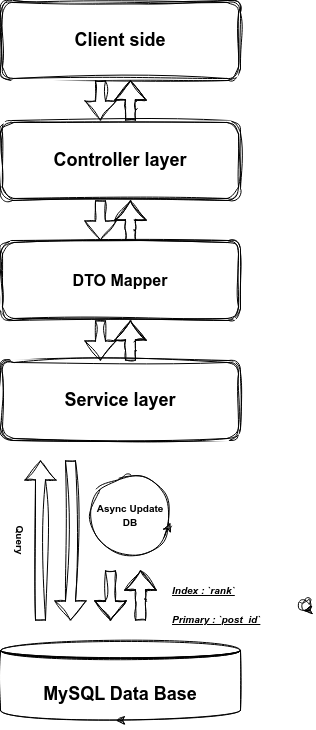
This is art/diagram.png from YamtalDev/HackerNews-API, a draw.io export, as it was before one commit. Source tidied: cells renumbered, new cells last; positions are measured from the earlier drawing's top-left corner, leaving out a move shared by most shapes. Its diagram source:
```xml
<mxGraphModel>
  <root>
    <mxCell id="0" />
    <mxCell id="1" parent="0" />
    <mxCell id="2" value="&lt;b&gt;&lt;font style=&quot;font-size: 18px;&quot;&gt;Service layer&lt;/font&gt;&lt;/b&gt;" style="shape=ext;double=1;rounded=1;whiteSpace=wrap;html=1;sketch=1;curveFitting=1;jiggle=2;" parent="1" vertex="1">
      <mxGeometry x="10" y="360" width="240" height="80" as="geometry" />
    </mxCell>
    <mxCell id="3" value="&lt;font size=&quot;3&quot;&gt;&lt;b&gt;DTO Mapper&lt;/b&gt;&lt;/font&gt;" style="shape=ext;double=1;rounded=1;whiteSpace=wrap;html=1;sketch=1;curveFitting=1;jiggle=2;" parent="1" vertex="1">
      <mxGeometry x="10" y="240" width="240" height="80" as="geometry" />
    </mxCell>
    <mxCell id="4" value="&lt;b&gt;&lt;font style=&quot;font-size: 18px;&quot;&gt;Controller layer&lt;/font&gt;&lt;/b&gt;" style="shape=ext;double=1;rounded=1;whiteSpace=wrap;html=1;sketch=1;curveFitting=1;jiggle=2;" parent="1" vertex="1">
      <mxGeometry x="10" y="120" width="240" height="80" as="geometry" />
    </mxCell>
    <mxCell id="5" value="&lt;b style=&quot;&quot;&gt;&lt;font style=&quot;font-size: 18px;&quot;&gt;Client side&lt;/font&gt;&lt;/b&gt;" style="shape=ext;double=1;rounded=1;whiteSpace=wrap;html=1;sketch=1;curveFitting=1;jiggle=2;" parent="1" vertex="1">
      <mxGeometry x="10" width="240" height="80" as="geometry" />
    </mxCell>
    <mxCell id="6" style="shape=flexArrow;endArrow=classic;html=1;sketch=1;curveFitting=1;jiggle=2;rounded=1;" parent="1" edge="1">
      <mxGeometry relative="1" as="geometry">
        <mxPoint x="50" y="620" as="sourcePoint" />
        <mxPoint x="50" y="460" as="targetPoint" />
      </mxGeometry>
    </mxCell>
    <mxCell id="7" style="shape=flexArrow;endArrow=classic;html=1;sketch=1;curveFitting=1;jiggle=2;rounded=1;" parent="1" edge="1">
      <mxGeometry relative="1" as="geometry">
        <mxPoint x="150" y="620" as="sourcePoint" />
        <mxPoint x="150" y="570" as="targetPoint" />
        <Array as="points">
          <mxPoint x="150" y="600" />
          <mxPoint x="150" y="590" />
        </Array>
      </mxGeometry>
    </mxCell>
    <mxCell id="8" style="shape=flexArrow;endArrow=classic;html=1;sketch=1;curveFitting=1;jiggle=2;rounded=1;" parent="1" edge="1">
      <mxGeometry relative="1" as="geometry">
        <mxPoint x="120" y="570" as="sourcePoint" />
        <mxPoint x="120" y="620" as="targetPoint" />
        <Array as="points">
          <mxPoint x="120" y="570" />
          <mxPoint x="120" y="600" />
        </Array>
      </mxGeometry>
    </mxCell>
    <mxCell id="9" style="shape=flexArrow;endArrow=classic;html=1;sketch=1;curveFitting=1;jiggle=2;rounded=1;" parent="1" edge="1">
      <mxGeometry relative="1" as="geometry">
        <mxPoint x="80" y="460" as="sourcePoint" />
        <mxPoint x="80" y="620" as="targetPoint" />
      </mxGeometry>
    </mxCell>
    <mxCell id="10" value="&lt;b&gt;&lt;font style=&quot;font-size: 18px;&quot;&gt;MySQL Data Base&lt;/font&gt;&lt;/b&gt;" style="shape=datastore;whiteSpace=wrap;html=1;sketch=1;curveFitting=1;jiggle=2;rounded=1;" parent="1" vertex="1">
      <mxGeometry x="10" y="640" width="240" height="80" as="geometry" />
    </mxCell>
    <mxCell id="11" value="&lt;font style=&quot;font-size: 10px;&quot;&gt;&lt;b&gt;Async Update&lt;br&gt;DB&lt;br&gt;&lt;/b&gt;&lt;/font&gt;" style="ellipse;whiteSpace=wrap;html=1;fontSize=11;sketch=1;curveFitting=1;jiggle=2;rounded=1;" parent="1" vertex="1">
      <mxGeometry x="100" y="475" width="80" height="80" as="geometry" />
    </mxCell>
    <mxCell id="12" style="endArrow=classic;html=1;fontSize=11;exitX=0.921;exitY=0.771;exitDx=0;exitDy=0;exitPerimeter=0;entryX=0.997;entryY=0.593;entryDx=0;entryDy=0;entryPerimeter=0;sketch=1;curveFitting=1;jiggle=2;rounded=1;" parent="1" edge="1" source="11" target="11">
      <mxGeometry relative="1" as="geometry" />
    </mxCell>
    <mxCell id="13" style="edgeStyle=none;html=1;exitX=0.5;exitY=1;exitDx=0;exitDy=0;entryX=0.482;entryY=1.002;entryDx=0;entryDy=0;entryPerimeter=0;fontSize=10;sketch=1;curveFitting=1;jiggle=2;rounded=1;" parent="1" edge="1" source="10" target="10">
      <mxGeometry relative="1" as="geometry" />
    </mxCell>
    <mxCell id="14" value="&lt;b&gt;Query&lt;/b&gt;" style="text;html=1;strokeColor=none;fillColor=none;align=center;verticalAlign=middle;whiteSpace=wrap;rounded=1;fontSize=10;rotation=90;sketch=1;curveFitting=1;jiggle=2;" parent="1" vertex="1">
      <mxGeometry y="525" width="60" height="30" as="geometry" />
    </mxCell>
    <mxCell id="15" value="&lt;font style=&quot;font-size: 10px;&quot;&gt;&lt;b&gt;&lt;br&gt;&lt;/b&gt;&lt;/font&gt;" style="ellipse;whiteSpace=wrap;html=1;fontSize=11;sketch=1;curveFitting=1;jiggle=2;rounded=1;" parent="1" vertex="1">
      <mxGeometry x="310" y="600" width="10" height="10" as="geometry" />
    </mxCell>
    <mxCell id="16" style="endArrow=classic;html=1;fontSize=11;exitX=0.593;exitY=0.987;exitDx=0;exitDy=0;exitPerimeter=0;entryX=0.312;entryY=1.009;entryDx=0;entryDy=0;entryPerimeter=0;sketch=1;curveFitting=1;jiggle=2;rounded=1;" parent="1" edge="1" source="15" target="15">
      <mxGeometry relative="1" as="geometry" />
    </mxCell>
    <mxCell id="17" value="&lt;font style=&quot;font-size: 10px;&quot;&gt;&lt;i&gt;&lt;u&gt;Index : `rank`&lt;br&gt;&lt;/u&gt;&lt;/i&gt;&lt;u&gt;&lt;i&gt;Primary : `post_id`&lt;/i&gt;&lt;/u&gt;&lt;/font&gt;" style="text;strokeColor=none;fillColor=none;html=1;fontSize=24;fontStyle=1;verticalAlign=middle;align=left;sketch=1;curveFitting=1;jiggle=2;rounded=1;" parent="1" vertex="1">
      <mxGeometry x="180" y="580" width="100" height="40" as="geometry" />
    </mxCell>
    <mxCell id="18" style="shape=flexArrow;endArrow=classic;html=1;sketch=1;curveFitting=1;jiggle=2;rounded=1;" parent="1" edge="1">
      <mxGeometry relative="1" as="geometry">
        <mxPoint x="140" y="360" as="sourcePoint" />
        <mxPoint x="140" y="320" as="targetPoint" />
        <Array as="points">
          <mxPoint x="140" y="350" />
          <mxPoint x="140" y="340" />
        </Array>
      </mxGeometry>
    </mxCell>
    <mxCell id="19" style="shape=flexArrow;endArrow=classic;html=1;fontSize=10;sketch=1;curveFitting=1;jiggle=2;rounded=1;" parent="1" edge="1">
      <mxGeometry relative="1" as="geometry">
        <mxPoint x="110" y="320" as="sourcePoint" />
        <mxPoint x="110" y="360" as="targetPoint" />
      </mxGeometry>
    </mxCell>
    <mxCell id="20" style="shape=flexArrow;endArrow=classic;html=1;sketch=1;curveFitting=1;jiggle=2;rounded=1;" parent="1" edge="1">
      <mxGeometry relative="1" as="geometry">
        <mxPoint x="140" y="240" as="sourcePoint" />
        <mxPoint x="140" y="200" as="targetPoint" />
        <Array as="points">
          <mxPoint x="140" y="230" />
          <mxPoint x="140" y="220" />
        </Array>
      </mxGeometry>
    </mxCell>
    <mxCell id="21" style="shape=flexArrow;endArrow=classic;html=1;fontSize=10;sketch=1;curveFitting=1;jiggle=2;rounded=1;" parent="1" edge="1">
      <mxGeometry relative="1" as="geometry">
        <mxPoint x="110" y="200" as="sourcePoint" />
        <mxPoint x="110" y="240" as="targetPoint" />
      </mxGeometry>
    </mxCell>
    <mxCell id="22" style="shape=flexArrow;endArrow=classic;html=1;fontSize=10;sketch=1;curveFitting=1;jiggle=2;rounded=1;" parent="1" edge="1">
      <mxGeometry relative="1" as="geometry">
        <mxPoint x="110" y="80" as="sourcePoint" />
        <mxPoint x="110" y="120" as="targetPoint" />
      </mxGeometry>
    </mxCell>
    <mxCell id="23" style="shape=flexArrow;endArrow=classic;html=1;sketch=1;curveFitting=1;jiggle=2;rounded=1;" parent="1" edge="1">
      <mxGeometry relative="1" as="geometry">
        <mxPoint x="140" y="120" as="sourcePoint" />
        <mxPoint x="140" y="80" as="targetPoint" />
        <Array as="points">
          <mxPoint x="140" y="110" />
          <mxPoint x="140" y="100" />
        </Array>
      </mxGeometry>
    </mxCell>
  </root>
</mxGraphModel>
```
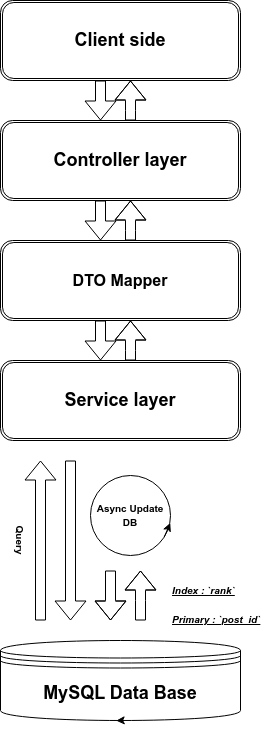
After the change.

Commit message:
Commiting the diagram and final changes to repo

What changed in the source:
```diff
@@ -2,25 +2,25 @@
   <root>
     <mxCell id="0" />
     <mxCell id="1" parent="0" />
-    <mxCell id="2" value="&lt;b&gt;&lt;font style=&quot;font-size: 18px;&quot;&gt;Service layer&lt;/font&gt;&lt;/b&gt;" style="shape=ext;double=1;rounded=1;whiteSpace=wrap;html=1;sketch=1;curveFitting=1;jiggle=2;" parent="1" vertex="1">
+    <mxCell id="2" value="&lt;b&gt;&lt;font style=&quot;font-size: 18px;&quot;&gt;Service layer&lt;/font&gt;&lt;/b&gt;" style="shape=ext;double=1;rounded=1;whiteSpace=wrap;html=1;" parent="1" vertex="1">
       <mxGeometry x="10" y="360" width="240" height="80" as="geometry" />
     </mxCell>
-    <mxCell id="3" value="&lt;font size=&quot;3&quot;&gt;&lt;b&gt;DTO Mapper&lt;/b&gt;&lt;/font&gt;" style="shape=ext;double=1;rounded=1;whiteSpace=wrap;html=1;sketch=1;curveFitting=1;jiggle=2;" parent="1" vertex="1">
+    <mxCell id="3" value="&lt;font size=&quot;3&quot;&gt;&lt;b&gt;DTO Mapper&lt;/b&gt;&lt;/font&gt;" style="shape=ext;double=1;rounded=1;whiteSpace=wrap;html=1;" parent="1" vertex="1">
       <mxGeometry x="10" y="240" width="240" height="80" as="geometry" />
     </mxCell>
-    <mxCell id="4" value="&lt;b&gt;&lt;font style=&quot;font-size: 18px;&quot;&gt;Controller layer&lt;/font&gt;&lt;/b&gt;" style="shape=ext;double=1;rounded=1;whiteSpace=wrap;html=1;sketch=1;curveFitting=1;jiggle=2;" parent="1" vertex="1">
+    <mxCell id="4" value="&lt;b&gt;&lt;font style=&quot;font-size: 18px;&quot;&gt;Controller layer&lt;/font&gt;&lt;/b&gt;" style="shape=ext;double=1;rounded=1;whiteSpace=wrap;html=1;" parent="1" vertex="1">
       <mxGeometry x="10" y="120" width="240" height="80" as="geometry" />
     </mxCell>
-    <mxCell id="5" value="&lt;b style=&quot;&quot;&gt;&lt;font style=&quot;font-size: 18px;&quot;&gt;Client side&lt;/font&gt;&lt;/b&gt;" style="shape=ext;double=1;rounded=1;whiteSpace=wrap;html=1;sketch=1;curveFitting=1;jiggle=2;" parent="1" vertex="1">
+    <mxCell id="5" value="&lt;b style=&quot;&quot;&gt;&lt;font style=&quot;font-size: 18px;&quot;&gt;Client side&lt;/font&gt;&lt;/b&gt;" style="shape=ext;double=1;rounded=1;whiteSpace=wrap;html=1;" parent="1" vertex="1">
       <mxGeometry x="10" width="240" height="80" as="geometry" />
     </mxCell>
-    <mxCell id="6" style="shape=flexArrow;endArrow=classic;html=1;sketch=1;curveFitting=1;jiggle=2;rounded=1;" parent="1" edge="1">
+    <mxCell id="6" style="shape=flexArrow;endArrow=classic;html=1;" parent="1" edge="1">
       <mxGeometry relative="1" as="geometry">
         <mxPoint x="50" y="620" as="sourcePoint" />
         <mxPoint x="50" y="460" as="targetPoint" />
       </mxGeometry>
     </mxCell>
-    <mxCell id="7" style="shape=flexArrow;endArrow=classic;html=1;sketch=1;curveFitting=1;jiggle=2;rounded=1;" parent="1" edge="1">
+    <mxCell id="7" style="shape=flexArrow;endArrow=classic;html=1;" parent="1" edge="1">
       <mxGeometry relative="1" as="geometry">
         <mxPoint x="150" y="620" as="sourcePoint" />
         <mxPoint x="150" y="570" as="targetPoint" />
@@ -30,7 +30,7 @@
         </Array>
       </mxGeometry>
     </mxCell>
-    <mxCell id="8" style="shape=flexArrow;endArrow=classic;html=1;sketch=1;curveFitting=1;jiggle=2;rounded=1;" parent="1" edge="1">
+    <mxCell id="8" style="shape=flexArrow;endArrow=classic;html=1;" parent="1" edge="1">
       <mxGeometry relative="1" as="geometry">
         <mxPoint x="120" y="570" as="sourcePoint" />
         <mxPoint x="120" y="620" as="targetPoint" />
@@ -40,37 +40,31 @@
         </Array>
       </mxGeometry>
     </mxCell>
-    <mxCell id="9" style="shape=flexArrow;endArrow=classic;html=1;sketch=1;curveFitting=1;jiggle=2;rounded=1;" parent="1" edge="1">
+    <mxCell id="9" style="shape=flexArrow;endArrow=classic;html=1;" parent="1" edge="1">
       <mxGeometry relative="1" as="geometry">
         <mxPoint x="80" y="460" as="sourcePoint" />
         <mxPoint x="80" y="620" as="targetPoint" />
       </mxGeometry>
     </mxCell>
-    <mxCell id="10" value="&lt;b&gt;&lt;font style=&quot;font-size: 18px;&quot;&gt;MySQL Data Base&lt;/font&gt;&lt;/b&gt;" style="shape=datastore;whiteSpace=wrap;html=1;sketch=1;curveFitting=1;jiggle=2;rounded=1;" parent="1" vertex="1">
+    <mxCell id="10" value="&lt;b&gt;&lt;font style=&quot;font-size: 18px;&quot;&gt;MySQL Data Base&lt;/font&gt;&lt;/b&gt;" style="shape=datastore;whiteSpace=wrap;html=1;" parent="1" vertex="1">
       <mxGeometry x="10" y="640" width="240" height="80" as="geometry" />
     </mxCell>
-    <mxCell id="11" value="&lt;font style=&quot;font-size: 10px;&quot;&gt;&lt;b&gt;Async Update&lt;br&gt;DB&lt;br&gt;&lt;/b&gt;&lt;/font&gt;" style="ellipse;whiteSpace=wrap;html=1;fontSize=11;sketch=1;curveFitting=1;jiggle=2;rounded=1;" parent="1" vertex="1">
+    <mxCell id="11" value="&lt;font style=&quot;font-size: 10px;&quot;&gt;&lt;b&gt;Async Update&lt;br&gt;DB&lt;br&gt;&lt;/b&gt;&lt;/font&gt;" style="ellipse;whiteSpace=wrap;html=1;fontSize=11;" parent="1" vertex="1">
       <mxGeometry x="100" y="475" width="80" height="80" as="geometry" />
     </mxCell>
-    <mxCell id="12" style="endArrow=classic;html=1;fontSize=11;exitX=0.921;exitY=0.771;exitDx=0;exitDy=0;exitPerimeter=0;entryX=0.997;entryY=0.593;entryDx=0;entryDy=0;entryPerimeter=0;sketch=1;curveFitting=1;jiggle=2;rounded=1;" parent="1" edge="1" source="11" target="11">
+    <mxCell id="12" style="endArrow=classic;html=1;fontSize=11;exitX=0.921;exitY=0.771;exitDx=0;exitDy=0;exitPerimeter=0;entryX=0.997;entryY=0.593;entryDx=0;entryDy=0;entryPerimeter=0;" parent="1" edge="1" source="11" target="11">
       <mxGeometry relative="1" as="geometry" />
     </mxCell>
-    <mxCell id="13" style="edgeStyle=none;html=1;exitX=0.5;exitY=1;exitDx=0;exitDy=0;entryX=0.482;entryY=1.002;entryDx=0;entryDy=0;entryPerimeter=0;fontSize=10;sketch=1;curveFitting=1;jiggle=2;rounded=1;" parent="1" edge="1" source="10" target="10">
+    <mxCell id="13" style="edgeStyle=none;html=1;exitX=0.5;exitY=1;exitDx=0;exitDy=0;entryX=0.482;entryY=1.002;entryDx=0;entryDy=0;entryPerimeter=0;fontSize=10;" parent="1" edge="1" source="10" target="10">
       <mxGeometry relative="1" as="geometry" />
     </mxCell>
-    <mxCell id="14" value="&lt;b&gt;Query&lt;/b&gt;" style="text;html=1;strokeColor=none;fillColor=none;align=center;verticalAlign=middle;whiteSpace=wrap;rounded=1;fontSize=10;rotation=90;sketch=1;curveFitting=1;jiggle=2;" parent="1" vertex="1">
+    <mxCell id="14" value="&lt;b&gt;Query&lt;/b&gt;" style="text;html=1;strokeColor=none;fillColor=none;align=center;verticalAlign=middle;whiteSpace=wrap;rounded=0;fontSize=10;rotation=90;" parent="1" vertex="1">
       <mxGeometry y="525" width="60" height="30" as="geometry" />
     </mxCell>
-    <mxCell id="15" value="&lt;font style=&quot;font-size: 10px;&quot;&gt;&lt;b&gt;&lt;br&gt;&lt;/b&gt;&lt;/font&gt;" style="ellipse;whiteSpace=wrap;html=1;fontSize=11;sketch=1;curveFitting=1;jiggle=2;rounded=1;" parent="1" vertex="1">
-      <mxGeometry x="310" y="600" width="10" height="10" as="geometry" />
-    </mxCell>
-    <mxCell id="16" style="endArrow=classic;html=1;fontSize=11;exitX=0.593;exitY=0.987;exitDx=0;exitDy=0;exitPerimeter=0;entryX=0.312;entryY=1.009;entryDx=0;entryDy=0;entryPerimeter=0;sketch=1;curveFitting=1;jiggle=2;rounded=1;" parent="1" edge="1" source="15" target="15">
-      <mxGeometry relative="1" as="geometry" />
-    </mxCell>
-    <mxCell id="17" value="&lt;font style=&quot;font-size: 10px;&quot;&gt;&lt;i&gt;&lt;u&gt;Index : `rank`&lt;br&gt;&lt;/u&gt;&lt;/i&gt;&lt;u&gt;&lt;i&gt;Primary : `post_id`&lt;/i&gt;&lt;/u&gt;&lt;/font&gt;" style="text;strokeColor=none;fillColor=none;html=1;fontSize=24;fontStyle=1;verticalAlign=middle;align=left;sketch=1;curveFitting=1;jiggle=2;rounded=1;" parent="1" vertex="1">
+    <mxCell id="17" value="&lt;font style=&quot;font-size: 10px;&quot;&gt;&lt;i&gt;&lt;u&gt;Index : `rank`&lt;br&gt;&lt;/u&gt;&lt;/i&gt;&lt;u&gt;&lt;i&gt;Primary : `post_id`&lt;/i&gt;&lt;/u&gt;&lt;/font&gt;" style="text;strokeColor=none;fillColor=none;html=1;fontSize=24;fontStyle=1;verticalAlign=middle;align=left;" parent="1" vertex="1">
       <mxGeometry x="180" y="580" width="100" height="40" as="geometry" />
     </mxCell>
-    <mxCell id="18" style="shape=flexArrow;endArrow=classic;html=1;sketch=1;curveFitting=1;jiggle=2;rounded=1;" parent="1" edge="1">
+    <mxCell id="18" style="shape=flexArrow;endArrow=classic;html=1;" parent="1" edge="1">
       <mxGeometry relative="1" as="geometry">
         <mxPoint x="140" y="360" as="sourcePoint" />
         <mxPoint x="140" y="320" as="targetPoint" />
@@ -80,13 +74,13 @@
         </Array>
       </mxGeometry>
     </mxCell>
-    <mxCell id="19" style="shape=flexArrow;endArrow=classic;html=1;fontSize=10;sketch=1;curveFitting=1;jiggle=2;rounded=1;" parent="1" edge="1">
+    <mxCell id="19" style="shape=flexArrow;endArrow=classic;html=1;fontSize=10;" parent="1" edge="1">
       <mxGeometry relative="1" as="geometry">
         <mxPoint x="110" y="320" as="sourcePoint" />
         <mxPoint x="110" y="360" as="targetPoint" />
       </mxGeometry>
     </mxCell>
-    <mxCell id="20" style="shape=flexArrow;endArrow=classic;html=1;sketch=1;curveFitting=1;jiggle=2;rounded=1;" parent="1" edge="1">
+    <mxCell id="20" style="shape=flexArrow;endArrow=classic;html=1;" parent="1" edge="1">
       <mxGeometry relative="1" as="geometry">
         <mxPoint x="140" y="240" as="sourcePoint" />
         <mxPoint x="140" y="200" as="targetPoint" />
@@ -96,19 +90,19 @@
         </Array>
       </mxGeometry>
     </mxCell>
-    <mxCell id="21" style="shape=flexArrow;endArrow=classic;html=1;fontSize=10;sketch=1;curveFitting=1;jiggle=2;rounded=1;" parent="1" edge="1">
+    <mxCell id="21" style="shape=flexArrow;endArrow=classic;html=1;fontSize=10;" parent="1" edge="1">
       <mxGeometry relative="1" as="geometry">
         <mxPoint x="110" y="200" as="sourcePoint" />
         <mxPoint x="110" y="240" as="targetPoint" />
       </mxGeometry>
     </mxCell>
-    <mxCell id="22" style="shape=flexArrow;endArrow=classic;html=1;fontSize=10;sketch=1;curveFitting=1;jiggle=2;rounded=1;" parent="1" edge="1">
+    <mxCell id="22" style="shape=flexArrow;endArrow=classic;html=1;fontSize=10;" parent="1" edge="1">
       <mxGeometry relative="1" as="geometry">
         <mxPoint x="110" y="80" as="sourcePoint" />
         <mxPoint x="110" y="120" as="targetPoint" />
       </mxGeometry>
     </mxCell>
-    <mxCell id="23" style="shape=flexArrow;endArrow=classic;html=1;sketch=1;curveFitting=1;jiggle=2;rounded=1;" parent="1" edge="1">
+    <mxCell id="23" style="shape=flexArrow;endArrow=classic;html=1;" parent="1" edge="1">
       <mxGeometry relative="1" as="geometry">
         <mxPoint x="140" y="120" as="sourcePoint" />
         <mxPoint x="140" y="80" as="targetPoint" />
```
